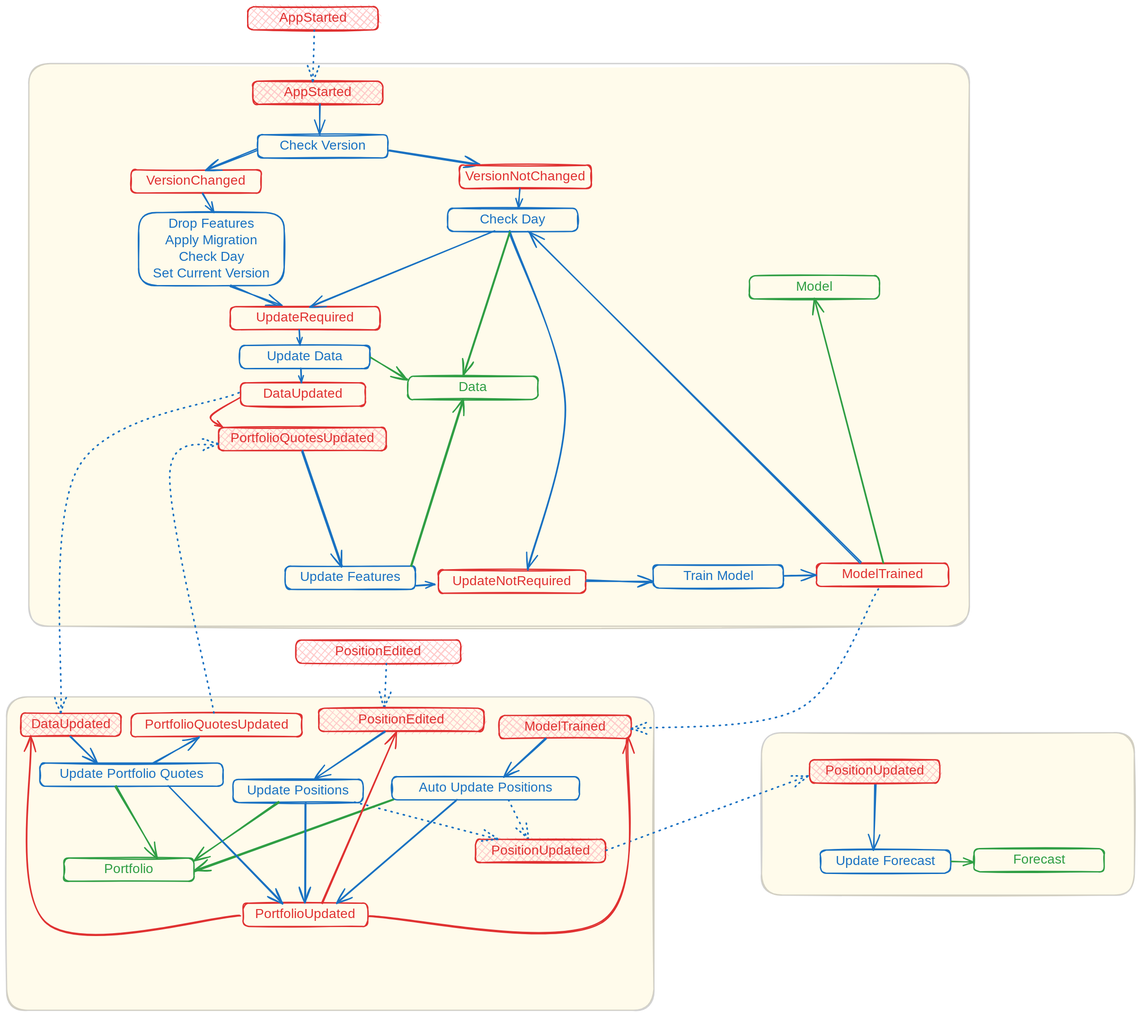
The Excalidraw diagram docs/fsm.excalidraw.svg in WLM1ke/poptimizer, before a commit. Source tidied: one line per element, renumbered; positions are measured from the earlier drawing's top-left corner, leaving out a move shared by most shapes.
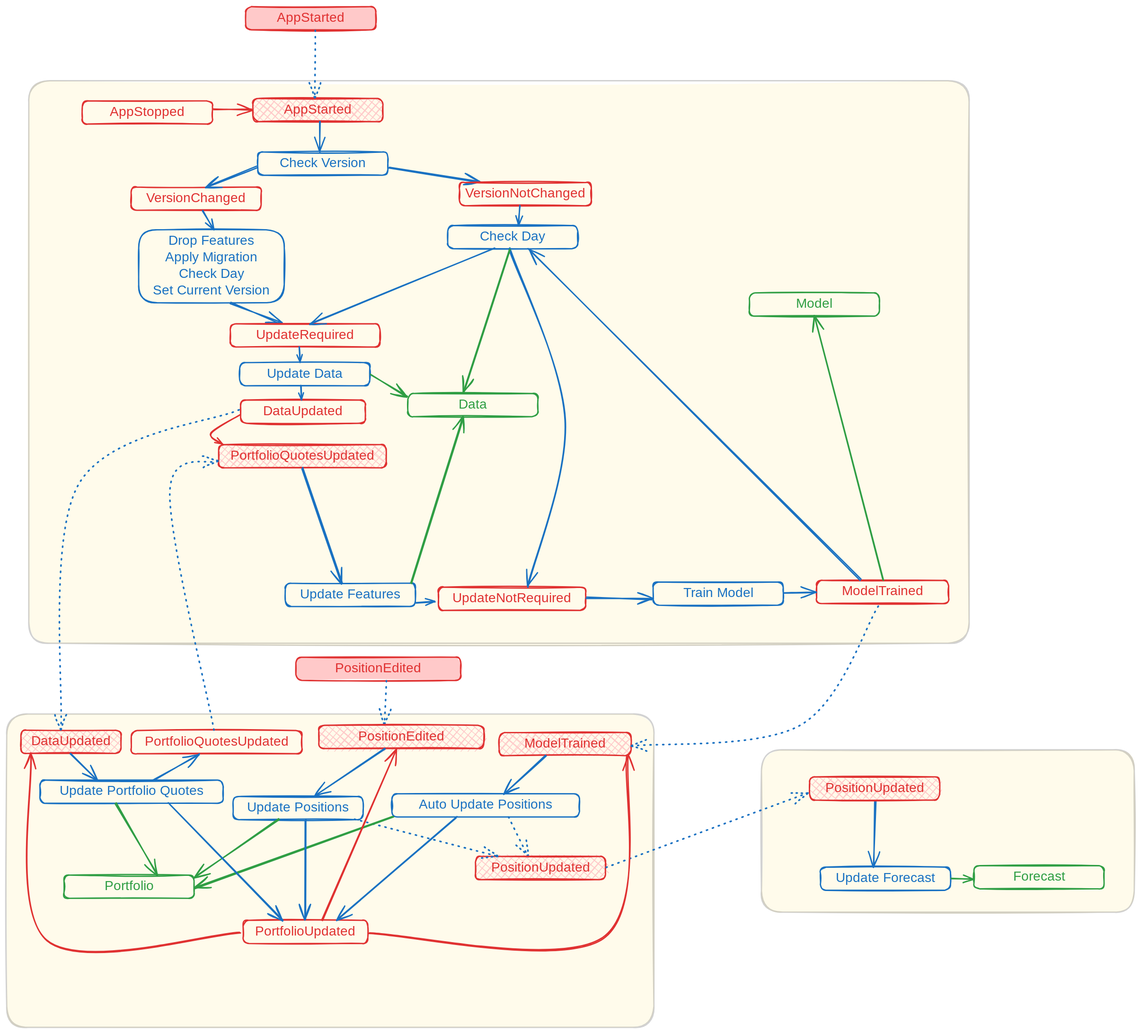
Above is the later version.

What changed in the source:
```diff
@@ -1,5 +1,5 @@
 {"id": 0, "type": "rectangle", "strokeColor": "#1e1e1e", "backgroundColor": "#ffec99", "fillStyle": "solid", "strokeWidth": 2, "roughness": 1, "opacity": 20, "round": true, "x": 1139, "y": 1095, "width": 563, "height": 245}
-{"id": 1, "type": "rectangle", "strokeColor": "#1e1e1e", "backgroundColor": "#ffec99", "fillStyle": "solid", "strokeWidth": 2, "roughness": 1, "opacity": 20, "round": true, "x": 34, "y": 86, "width": 1419, "height": 849}
+{"id": 1, "type": "rectangle", "strokeColor": "#1e1e1e", "backgroundColor": "#ffec99", "fillStyle": "solid", "strokeWidth": 2, "roughness": 1, "opacity": 20, "round": true, "x": 33, "y": 86, "width": 1419, "height": 849}
 {"id": 2, "type": "rectangle", "strokeColor": "#1e1e1e", "backgroundColor": "#ffec99", "fillStyle": "solid", "strokeWidth": 2, "roughness": 1, "opacity": 20, "round": true, "x": 0, "y": 1041, "width": 977, "height": 473}
 {"id": 3, "type": "rectangle", "strokeColor": "#e03131", "backgroundColor": "#ffc9c9", "fillStyle": "cross-hatch", "strokeWidth": 2, "roughness": 1, "round": true, "x": 372, "y": 112, "width": 196, "height": 35}
 {"id": 4, "type": "text", "text": "AppStarted", "strokeColor": "#e03131", "strokeWidth": 2, "roughness": 1, "fontSize": 20, "fontFamily": 5, "textAlign": "center", "verticalAlign": "middle", "inside": 3, "x": 413, "y": 117, "width": 113, "height": 25}
@@ -9,7 +9,7 @@
 {"id": 8, "type": "text", "text": "Portfolio", "strokeColor": "#2f9e44", "strokeWidth": 2, "roughness": 1, "fontSize": 20, "fontFamily": 5, "textAlign": "center", "verticalAlign": "middle", "inside": 7, "x": 140, "y": 1289, "width": 89, "height": 25}
 {"id": 9, "type": "rectangle", "strokeColor": "#2f9e44", "strokeWidth": 2, "roughness": 1, "round": true, "x": 1460, "y": 1270, "width": 196, "height": 35}
 {"id": 10, "type": "text", "text": "Forecast", "strokeColor": "#2f9e44", "strokeWidth": 2, "roughness": 1, "fontSize": 20, "fontFamily": 5, "textAlign": "center", "verticalAlign": "middle", "inside": 9, "x": 1515, "y": 1275, "width": 87, "height": 25}
-{"id": 11, "type": "rectangle", "strokeColor": "#e03131", "backgroundColor": "#ffc9c9", "fillStyle": "cross-hatch", "strokeWidth": 2, "roughness": 1, "round": true, "x": 436, "y": 956, "width": 249, "height": 35}
+{"id": 11, "type": "rectangle", "strokeColor": "#e03131", "backgroundColor": "#ffc9c9", "fillStyle": "solid", "strokeWidth": 2, "roughness": 1, "round": true, "x": 436, "y": 956, "width": 249, "height": 35}
 {"id": 12, "type": "text", "text": "PositionEdited", "strokeColor": "#e03131", "strokeWidth": 2, "roughness": 1, "fontSize": 20, "fontFamily": 5, "textAlign": "center", "verticalAlign": "middle", "inside": 11, "x": 489, "y": 961, "width": 145, "height": 25}
 {"id": 13, "type": "rectangle", "strokeColor": "#e03131", "strokeWidth": 2, "roughness": 1, "round": true, "x": 188, "y": 246, "width": 196, "height": 35}
 {"id": 14, "type": "text", "text": "VersionChanged", "strokeColor": "#e03131", "strokeWidth": 2, "roughness": 1, "fontSize": 20, "fontFamily": 5, "textAlign": "center", "verticalAlign": "middle", "inside": 13, "x": 212, "y": 251, "width": 148, "height": 25}
@@ -70,9 +70,9 @@
 {"id": 69, "type": "rectangle", "strokeColor": "#1971c2", "strokeWidth": 2, "roughness": 1, "round": true, "x": 420, "y": 844, "width": 196, "height": 35}
 {"id": 70, "type": "text", "text": "Update Features", "strokeColor": "#1971c2", "strokeWidth": 2, "roughness": 1, "fontSize": 20, "fontFamily": 5, "textAlign": "center", "verticalAlign": "middle", "inside": 69, "x": 436, "y": 849, "width": 165, "height": 25}
 {"id": 71, "type": "arrow", "strokeColor": "#1971c2", "backgroundColor": "#ffc9c9", "fillStyle": "solid", "strokeWidth": 2, "roughness": 1, "endArrowhead": "arrow", "round": true, "from": 67, "to": 69, "x": 446, "y": 670, "width": 61, "height": 174, "points": [[0, 0], [61, 174]]}
-{"id": 72, "type": "rectangle", "strokeColor": "#e03131", "backgroundColor": "#ffc9c9", "fillStyle": "cross-hatch", "strokeWidth": 2, "roughness": 1, "round": true, "x": 364, "y": 0, "width": 196, "height": 35}
+{"id": 72, "type": "rectangle", "strokeColor": "#e03131", "backgroundColor": "#ffc9c9", "fillStyle": "solid", "strokeWidth": 2, "roughness": 1, "round": true, "x": 361, "y": -26, "width": 196, "height": 35}
-{"id": 73, "type": "text", "text": "AppStarted", "strokeColor": "#e03131", "strokeWidth": 2, "roughness": 1, "fontSize": 20, "fontFamily": 5, "textAlign": "center", "verticalAlign": "middle", "inside": 72, "x": 406, "y": 5, "width": 113, "height": 25}
+{"id": 73, "type": "text", "text": "AppStarted", "strokeColor": "#e03131", "strokeWidth": 2, "roughness": 1, "fontSize": 20, "fontFamily": 5, "textAlign": "center", "verticalAlign": "middle", "inside": 72, "x": 403, "y": -21, "width": 113, "height": 25}
-{"id": 74, "type": "arrow", "strokeColor": "#1971c2", "backgroundColor": "#ffc9c9", "fillStyle": "solid", "strokeWidth": 2, "strokeStyle": "dotted", "roughness": 1, "endArrowhead": "arrow", "round": true, "from": 72, "to": 3, "x": 463, "y": 35, "width": 2, "height": 77, "points": [[0, 0], [-2, 77]]}
+{"id": 74, "type": "arrow", "strokeColor": "#1971c2", "backgroundColor": "#ffc9c9", "fillStyle": "solid", "strokeWidth": 2, "strokeStyle": "dotted", "roughness": 1, "endArrowhead": "arrow", "round": true, "from": 72, "to": 3, "x": 465, "y": 9, "width": 0, "height": 102, "points": [[0, 0], [0, 102]]}
 {"id": 75, "type": "arrow", "strokeColor": "#2f9e44", "backgroundColor": "#ffc9c9", "fillStyle": "solid", "strokeWidth": 2, "roughness": 1, "endArrowhead": "arrow", "round": true, "from": 69, "to": 5, "x": 611, "y": 844, "width": 79, "height": 251, "points": [[0, 0], [79, -251]]}
 {"id": 76, "type": "arrow", "strokeColor": "#1971c2", "backgroundColor": "#ffc9c9", "fillStyle": "solid", "strokeWidth": 2, "roughness": 1, "endArrowhead": "arrow", "round": true, "from": 69, "to": 52, "x": 617, "y": 874, "width": 29, "height": 2, "points": [[0, 0], [29, -2]]}
 {"id": 77, "type": "rectangle", "strokeColor": "#e03131", "backgroundColor": "#ffc9c9", "fillStyle": "cross-hatch", "strokeWidth": 2, "roughness": 1, "round": true, "x": 471, "y": 1058, "width": 249, "height": 35}
@@ -106,3 +106,6 @@
 {"id": 105, "type": "arrow", "strokeColor": "#e03131", "strokeWidth": 2, "roughness": 1, "endArrowhead": "arrow", "round": true, "from": 100, "to": 85, "x": 546, "y": 1372, "width": 391, "height": 276, "points": [[0, 0], [354, 8], [391, -268]]}
 {"id": 106, "type": "arrow", "strokeColor": "#e03131", "strokeWidth": 2, "roughness": 1, "endArrowhead": "arrow", "round": true, "from": 100, "to": 77, "x": 476, "y": 1352, "width": 112, "height": 259, "points": [[0, 0], [112, -259]]}
 {"id": 107, "type": "arrow", "strokeColor": "#e03131", "strokeWidth": 2, "roughness": 1, "endArrowhead": "arrow", "round": true, "from": 100, "to": 61, "x": 353, "y": 1371, "width": 317, "height": 281, "points": [[0, 0], [-293, 11], [-317, -270]]}
+{"id": 108, "type": "rectangle", "strokeColor": "#e03131", "strokeWidth": 2, "roughness": 1, "round": true, "x": 114, "y": 116, "width": 196, "height": 35}
+{"id": 109, "type": "text", "text": "AppStopped", "strokeColor": "#e03131", "strokeWidth": 2, "roughness": 1, "fontSize": 20, "fontFamily": 5, "textAlign": "center", "verticalAlign": "middle", "inside": 108, "x": 155, "y": 121, "width": 115, "height": 25}
+{"id": 110, "type": "arrow", "strokeColor": "#e03131", "strokeWidth": 2, "roughness": 1, "endArrowhead": "arrow", "round": true, "from": 108, "to": 3, "x": 312, "y": 130, "width": 57, "height": 1, "points": [[0, 0], [57, -1]]}
```
